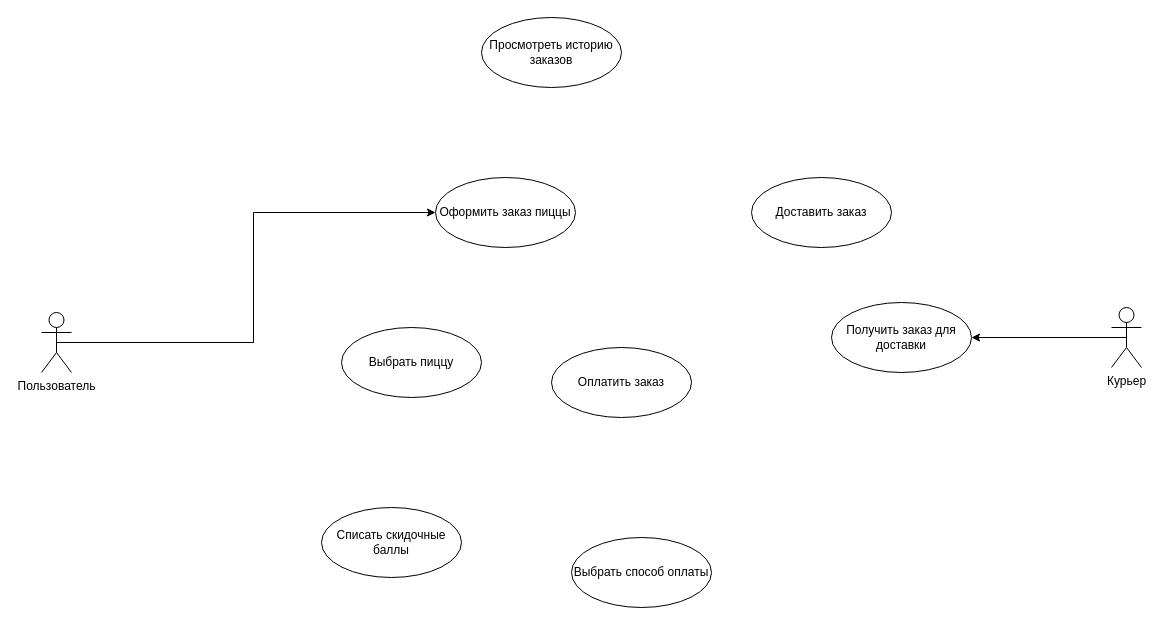
The draw.io diagram ВариантыИспользования.drawio in hard-gainer/UML, before the edit. Source tidied: cells renumbered, new cells numbered last; positions are measured from the earlier drawing's top-left corner, leaving out a move shared by most shapes. Both pictures are drawn from the tidied source at 100%, with x=0, y=0 at pixel (41, 17).
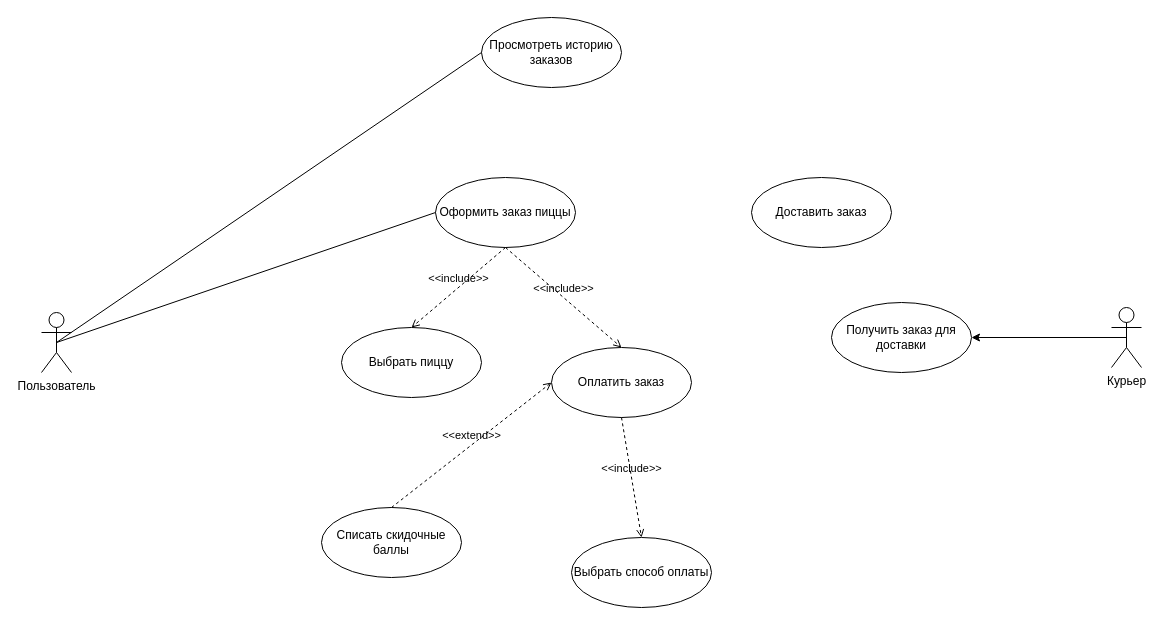
Above is the later version.

The edit, as a diff of the source:
```diff
@@
 <mxGraphModel>
   <root>
     <mxCell id="0" />
     <mxCell id="1" parent="0" />
-    <mxCell id="2" style="edgeStyle=orthogonalEdgeStyle;rounded=0;jettySize=auto;html=1;exitX=0.5;exitY=0.5;exitDx=0;exitDy=0;exitPerimeter=0;entryX=0;entryY=0.5;entryDx=0;entryDy=0;" parent="1" edge="1" source="3" target="7">
-      <mxGeometry relative="1" as="geometry" />
-    </mxCell>
     <mxCell id="3" value="Пользователь" style="shape=umlActor;verticalLabelPosition=bottom;verticalAlign=top;html=1;outlineConnect=0;labelPosition=center;align=center;" parent="1" vertex="1">
       <mxGeometry y="295" width="30" height="60" as="geometry" />
     </mxCell>
     <mxCell id="4" style="edgeStyle=orthogonalEdgeStyle;rounded=0;jettySize=auto;html=1;exitX=0.5;exitY=0.5;exitDx=0;exitDy=0;exitPerimeter=0;entryX=1;entryY=0.5;entryDx=0;entryDy=0;" parent="1" edge="1" source="5" target="12">
       <mxGeometry relative="1" as="geometry" />
     </mxCell>
     <mxCell id="5" value="Курьер" style="shape=umlActor;verticalLabelPosition=bottom;verticalAlign=top;html=1;outlineConnect=0;labelPosition=center;align=center;" parent="1" vertex="1">
       <mxGeometry x="1070" y="290" width="30" height="60" as="geometry" />
     </mxCell>
     <mxCell id="6" value="Выбрать пиццу" style="ellipse;whiteSpace=wrap;html=1;" parent="1" vertex="1">
       <mxGeometry x="300" y="310" width="140" height="70" as="geometry" />
     </mxCell>
     <mxCell id="7" value="Оформить заказ пиццы" style="ellipse;whiteSpace=wrap;html=1;" parent="1" vertex="1">
       <mxGeometry x="394" y="160" width="140" height="70" as="geometry" />
     </mxCell>
     <mxCell id="8" value="Доставить заказ" style="ellipse;whiteSpace=wrap;html=1;" parent="1" vertex="1">
       <mxGeometry x="710" y="160" width="140" height="70" as="geometry" />
     </mxCell>
     <mxCell id="9" value="Списать скидочные баллы" style="ellipse;whiteSpace=wrap;html=1;" parent="1" vertex="1">
       <mxGeometry x="280" y="490" width="140" height="70" as="geometry" />
     </mxCell>
     <mxCell id="10" value="Оплатить заказ" style="ellipse;whiteSpace=wrap;html=1;" parent="1" vertex="1">
       <mxGeometry x="510" y="330" width="140" height="70" as="geometry" />
     </mxCell>
     <mxCell id="11" value="Выбрать способ оплаты" style="ellipse;whiteSpace=wrap;html=1;" parent="1" vertex="1">
       <mxGeometry x="530" y="520" width="140" height="70" as="geometry" />
     </mxCell>
     <mxCell id="12" value="Получить заказ для доставки" style="ellipse;whiteSpace=wrap;html=1;" parent="1" vertex="1">
       <mxGeometry x="790" y="285" width="140" height="70" as="geometry" />
     </mxCell>
     <mxCell id="13" value="Просмотреть историю заказов" style="ellipse;whiteSpace=wrap;html=1;" parent="1" vertex="1">
       <mxGeometry x="440" width="140" height="70" as="geometry" />
     </mxCell>
+    <mxCell id="14" style="endArrow=none;html=1;rounded=0;exitX=0.5;exitY=0.5;exitDx=0;exitDy=0;exitPerimeter=0;entryX=0;entryY=0.5;entryDx=0;entryDy=0;" parent="1" edge="1" source="3" target="13">
+      <mxGeometry relative="1" as="geometry" />
+    </mxCell>
+    <mxCell id="2" style="endArrow=none;html=1;rounded=0;exitX=0.5;exitY=0.5;exitDx=0;exitDy=0;exitPerimeter=0;entryX=0;entryY=0.5;entryDx=0;entryDy=0;" parent="1" edge="1" source="3" target="7">
+      <mxGeometry relative="1" as="geometry" />
+    </mxCell>
+    <mxCell id="15" value="&amp;lt;&amp;lt;include&amp;gt;&amp;gt;" style="html=1;verticalAlign=bottom;labelBackgroundColor=none;endArrow=open;endFill=0;dashed=1;rounded=0;exitX=0.5;exitY=1;exitDx=0;exitDy=0;entryX=0.5;entryY=0;entryDx=0;entryDy=0;" parent="1" edge="1" source="7" target="6">
+      <mxGeometry relative="1" as="geometry" />
+    </mxCell>
+    <mxCell id="16" value="&amp;lt;&amp;lt;include&amp;gt;&amp;gt;" style="html=1;verticalAlign=bottom;labelBackgroundColor=none;endArrow=open;endFill=0;dashed=1;rounded=0;exitX=0.5;exitY=1;exitDx=0;exitDy=0;entryX=0.5;entryY=0;entryDx=0;entryDy=0;" parent="1" edge="1" source="7" target="10">
+      <mxGeometry relative="1" as="geometry" />
+    </mxCell>
+    <mxCell id="17" value="&amp;lt;&amp;lt;include&amp;gt;&amp;gt;" style="html=1;verticalAlign=bottom;labelBackgroundColor=none;endArrow=open;endFill=0;dashed=1;rounded=0;exitX=0.5;exitY=1;exitDx=0;exitDy=0;entryX=0.5;entryY=0;entryDx=0;entryDy=0;" parent="1" edge="1" source="10" target="11">
+      <mxGeometry relative="1" as="geometry" />
+    </mxCell>
+    <mxCell id="18" value="&amp;lt;&amp;lt;extend&amp;gt;&amp;gt;" style="html=1;verticalAlign=bottom;labelBackgroundColor=none;endArrow=open;endFill=0;dashed=1;rounded=0;exitX=0.5;exitY=0;exitDx=0;exitDy=0;entryX=0;entryY=0.5;entryDx=0;entryDy=0;" parent="1" edge="1" source="9" target="10">
+      <mxGeometry relative="1" as="geometry" />
+    </mxCell>
   </root>
 </mxGraphModel>
```
